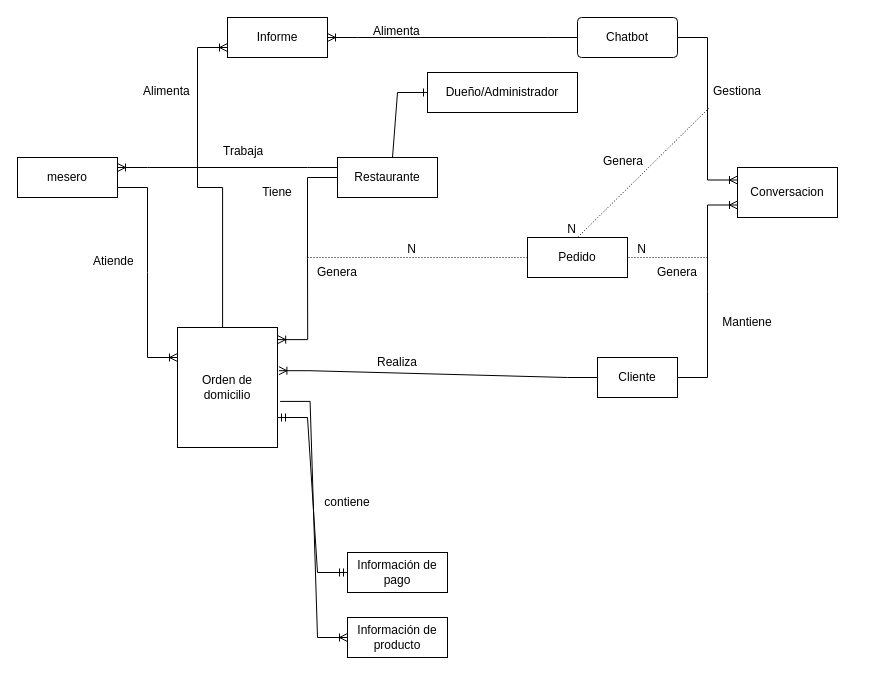
Above: Untitled Diagram.drawio in j-dalvarez/Hermes (draw.io), before the change. Source tidied: cells renumbered, new cells numbered last; positions are measured from the earlier drawing's top-left corner, leaving out a move shared by most shapes. Both pictures are drawn from the tidied source at 100%, with x=0, y=0 at pixel (17, 17).
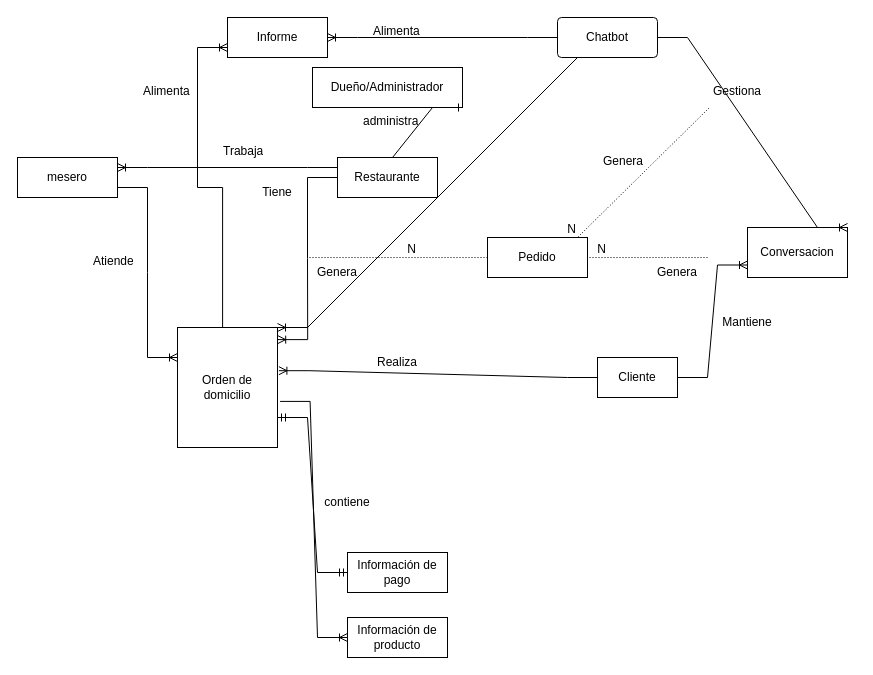
Above is the later version.

Unchanged cells that the change refers to:
```xml
<mxCell id="3" value="Restaurante" style="whiteSpace=wrap;html=1;align=center;direction=west;" parent="1" vertex="1">
  <mxGeometry x="320" y="140" width="100" height="40" as="geometry" />
</mxCell>
<mxCell id="5" value="Orden de domicilio" style="whiteSpace=wrap;html=1;align=center;" parent="1" vertex="1">
  <mxGeometry x="160" y="310" width="100" height="120" as="geometry" />
</mxCell>
<mxCell id="24" value="Genera" style="text;html=1;strokeColor=none;fillColor=none;align=center;verticalAlign=middle;whiteSpace=wrap;rounded=0;" parent="1" vertex="1">
  <mxGeometry x="630" y="240" width="60" height="30" as="geometry" />
</mxCell>
```

The edit, as a diff of the source:
```diff
@@
     <mxCell id="4" value="Pedido" style="whiteSpace=wrap;html=1;align=center;" parent="1" vertex="1">
-      <mxGeometry x="510" y="220" width="100" height="40" as="geometry" />
+      <mxGeometry x="470" y="220" width="100" height="40" as="geometry" />
     </mxCell>
@@
-    <mxCell id="8" style="endArrow=none;html=1;rounded=0;dashed=1;dashPattern=1 2;entryX=1;entryY=0.5;entryDx=0;entryDy=0;exitX=1;exitY=0;exitDx=0;exitDy=0;" parent="1" edge="1" source="24">
-      <mxGeometry relative="1" as="geometry">
-        <mxPoint x="610" y="240" as="targetPoint" />
-      </mxGeometry>
+    <mxCell id="8" style="endArrow=none;html=1;rounded=0;dashed=1;dashPattern=1 2;entryX=1;entryY=0.5;entryDx=0;entryDy=0;exitX=1;exitY=0;exitDx=0;exitDy=0;" parent="1" edge="1" source="24" target="4">
+      <mxGeometry relative="1" as="geometry" />
     </mxCell>
@@
     <mxCell id="16" value="Conversacion" style="whiteSpace=wrap;html=1;align=center;" parent="1" vertex="1">
-      <mxGeometry x="720" y="150" width="100" height="50" as="geometry" />
+      <mxGeometry x="730" y="210" width="100" height="50" as="geometry" />
     </mxCell>
@@
     <mxCell id="29" value="Chatbot" style="rounded=1;arcSize=10;whiteSpace=wrap;html=1;align=center;" parent="1" vertex="1">
-      <mxGeometry x="560" width="100" height="40" as="geometry" />
+      <mxGeometry x="540" width="100" height="40" as="geometry" />
     </mxCell>
-    <mxCell id="30" style="edgeStyle=entityRelationEdgeStyle;fontSize=12;html=1;endArrow=ERoneToMany;rounded=0;exitX=1;exitY=0.5;exitDx=0;exitDy=0;entryX=0;entryY=0.25;entryDx=0;entryDy=0;" parent="1" edge="1" source="29" target="16">
+    <mxCell id="30" style="edgeStyle=entityRelationEdgeStyle;fontSize=12;html=1;endArrow=ERoneToMany;rounded=0;exitX=1;exitY=0.5;exitDx=0;exitDy=0;entryX=1;entryY=0;entryDx=0;entryDy=0;" parent="1" edge="1" source="29" target="16">
       <mxGeometry relative="1" as="geometry" />
     </mxCell>
@@
     <mxCell id="40" value="Dueño/Administrador&lt;br&gt;" style="whiteSpace=wrap;html=1;align=center;" parent="1" vertex="1">
-      <mxGeometry x="410" y="55" width="150" height="40" as="geometry" />
+      <mxGeometry x="295" y="50" width="150" height="40" as="geometry" />
     </mxCell>
-    <mxCell id="41" style="edgeStyle=entityRelationEdgeStyle;fontSize=12;html=1;endArrow=ERone;endFill=1;rounded=0;exitX=0.75;exitY=1;exitDx=0;exitDy=0;entryX=0;entryY=0.5;entryDx=0;entryDy=0;" parent="1" edge="1" source="3" target="40">
+    <mxCell id="41" style="edgeStyle=entityRelationEdgeStyle;fontSize=12;html=1;endArrow=ERone;endFill=1;rounded=0;exitX=0.75;exitY=1;exitDx=0;exitDy=0;entryX=1;entryY=1;entryDx=0;entryDy=0;" parent="1" edge="1" source="3" target="40">
       <mxGeometry relative="1" as="geometry">
         <Array as="points">
           <mxPoint x="260" y="105" />
         </Array>
       </mxGeometry>
     </mxCell>
+    <mxCell id="42" value="administra" style="text;strokeColor=none;fillColor=none;spacingLeft=4;spacingRight=4;overflow=hidden;fontSize=12;whiteSpace=wrap;html=1;" parent="1" vertex="1">
+      <mxGeometry x="340" y="90" width="70" height="30" as="geometry" />
+    </mxCell>
+    <mxCell id="43" style="edgeStyle=entityRelationEdgeStyle;fontSize=12;html=1;endArrow=ERoneToMany;rounded=0;exitX=0.5;exitY=1;exitDx=0;exitDy=0;entryX=1;entryY=0;entryDx=0;entryDy=0;" parent="1" edge="1" source="29" target="5">
+      <mxGeometry relative="1" as="geometry" />
+    </mxCell>
```
